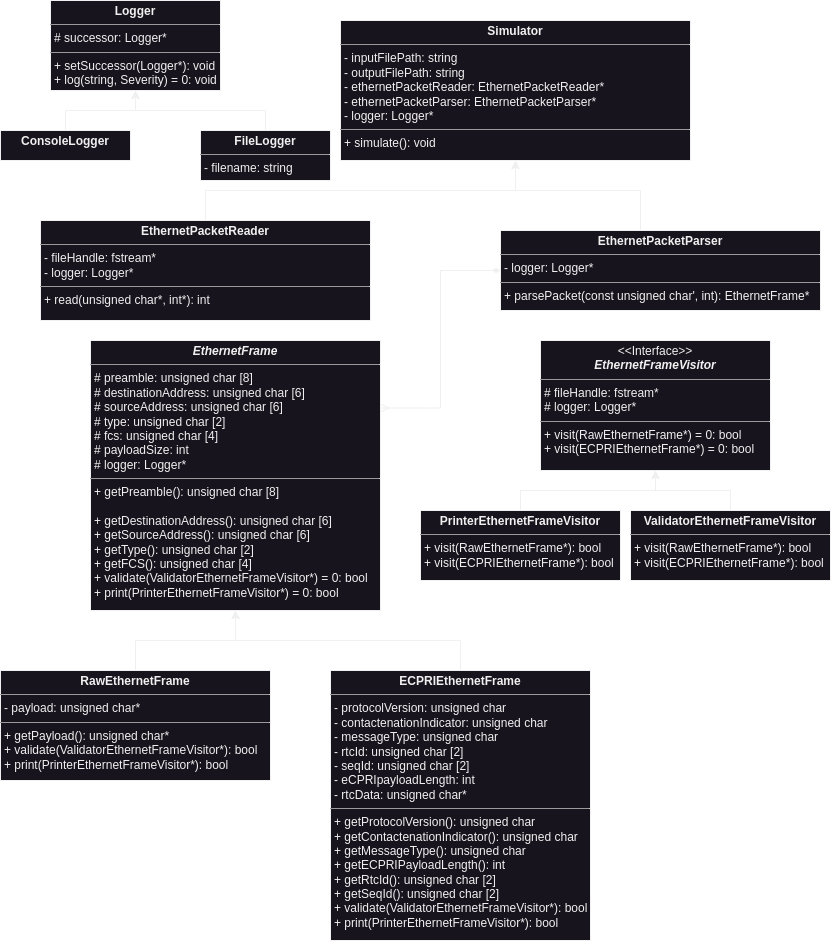
This is 5G-Analyzer.drawio.png from AhmedAlaa2024/Siemens-EDA-OOP-5G-Analyzer-Emulator, a draw.io export, as it was before one commit. Source tidied: cells renumbered, new cells last; positions are measured from the earlier drawing's top-left corner, leaving out a move shared by most shapes.
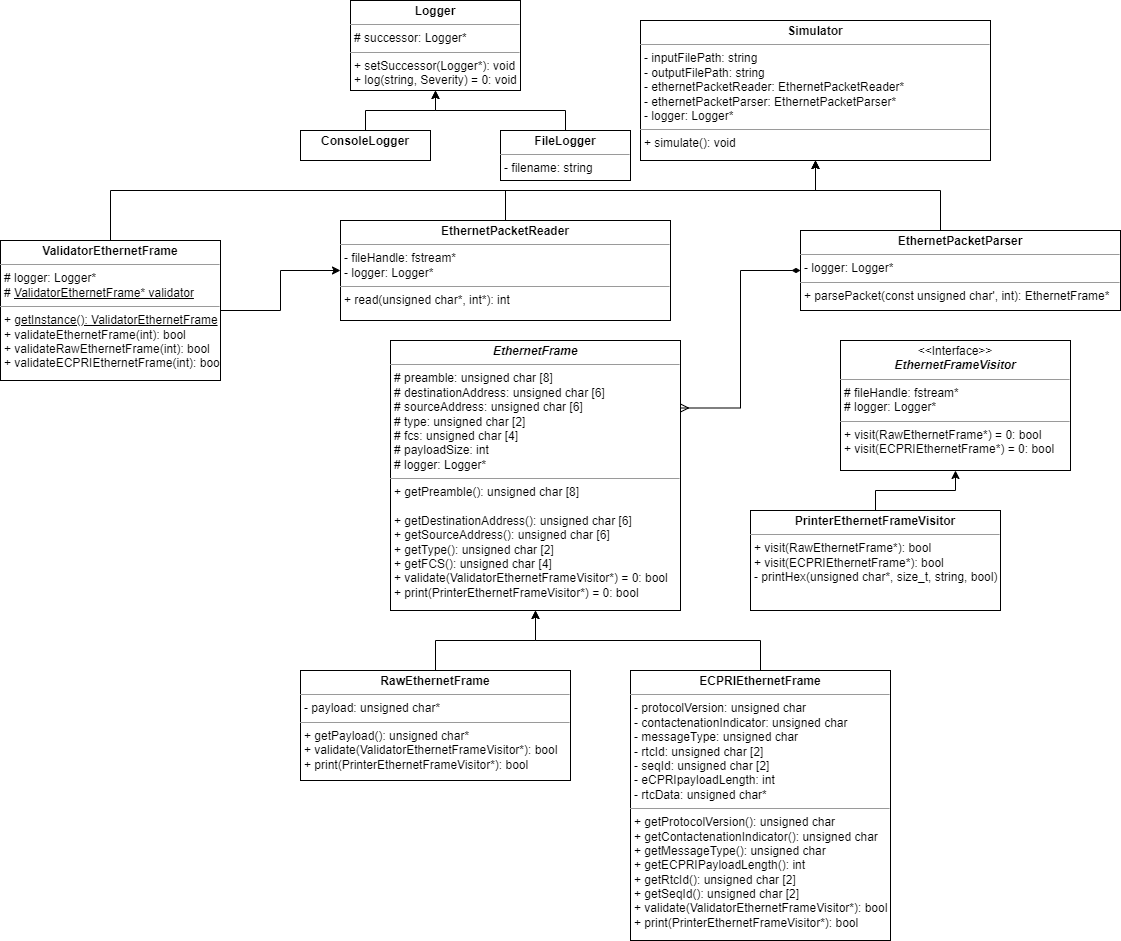
Later version of the same file.

Commit message:
Adding ValidatorEthernetFrame into UML Diagram

The edit, as a diff of the source:
```diff
@@ -1,4 +1,4 @@
-<mxGraphModel>
+<mxGraphModel background="#ffffff">
   <root>
     <mxCell id="0" />
     <mxCell id="1" parent="0" />
@@ -33,8 +33,8 @@
     <mxCell id="8" style="edgeStyle=orthogonalEdgeStyle;rounded=0;jettySize=auto;html=1;entryX=0.5;entryY=1;entryDx=0;entryDy=0;" parent="1" edge="1" source="9" target="17">
       <mxGeometry relative="1" as="geometry" />
     </mxCell>
-    <mxCell id="9" value="&lt;p style=&quot;margin:0px;margin-top:4px;text-align:center;&quot;&gt;&lt;b&gt;PrinterEthernetFrameVisitor&lt;/b&gt;&lt;/p&gt;&lt;hr size=&quot;1&quot;&gt;&lt;p style=&quot;margin:0px;margin-left:4px;&quot;&gt;&lt;span style=&quot;background-color: initial;&quot;&gt;+ visit(RawEthernetFrame*): bool&lt;/span&gt;&lt;br&gt;&lt;/p&gt;&lt;p style=&quot;margin: 0px 0px 0px 4px;&quot;&gt;&lt;span style=&quot;background-color: initial;&quot;&gt;+ visit(ECPRIEthernetFrame*): bool&lt;/span&gt;&lt;/p&gt;" style="verticalAlign=top;align=left;overflow=fill;fontSize=12;fontFamily=Helvetica;html=1;rounded=0;shadow=0;comic=0;labelBackgroundColor=none;strokeWidth=1;" parent="1" vertex="1">
-      <mxGeometry x="420" y="510" width="200" height="70" as="geometry" />
+    <mxCell id="9" value="&lt;p style=&quot;margin:0px;margin-top:4px;text-align:center;&quot;&gt;&lt;b&gt;PrinterEthernetFrameVisitor&lt;/b&gt;&lt;/p&gt;&lt;hr size=&quot;1&quot;&gt;&lt;p style=&quot;margin:0px;margin-left:4px;&quot;&gt;&lt;span style=&quot;background-color: initial;&quot;&gt;+ visit(RawEthernetFrame*): bool&lt;/span&gt;&lt;br&gt;&lt;/p&gt;&lt;p style=&quot;margin: 0px 0px 0px 4px;&quot;&gt;&lt;span style=&quot;background-color: initial;&quot;&gt;+ visit(ECPRIEthernetFrame*): bool&lt;/span&gt;&lt;/p&gt;&lt;p style=&quot;margin: 0px 0px 0px 4px;&quot;&gt;&lt;span style=&quot;background-color: initial;&quot;&gt;- printHex(unsigned char*, size_t, string, bool)&lt;/span&gt;&lt;/p&gt;" style="verticalAlign=top;align=left;overflow=fill;fontSize=12;fontFamily=Helvetica;html=1;rounded=0;shadow=0;comic=0;labelBackgroundColor=none;strokeWidth=1;" parent="1" vertex="1">
+      <mxGeometry x="450" y="510" width="250" height="100" as="geometry" />
     </mxCell>
     <mxCell id="10" style="edgeStyle=orthogonalEdgeStyle;rounded=0;jettySize=auto;html=1;entryX=0.5;entryY=1;entryDx=0;entryDy=0;exitX=0.5;exitY=0;exitDx=0;exitDy=0;" parent="1" edge="1" source="22" target="13">
       <mxGeometry relative="1" as="geometry" />
@@ -48,12 +48,6 @@
     <mxCell id="13" value="&lt;p style=&quot;margin:0px;margin-top:4px;text-align:center;&quot;&gt;&lt;b style=&quot;background-color: initial;&quot;&gt;&lt;i&gt;EthernetFrame&lt;/i&gt;&lt;/b&gt;&lt;br&gt;&lt;/p&gt;&lt;hr size=&quot;1&quot;&gt;&lt;p style=&quot;margin: 0px 0px 0px 4px;&quot;&gt;&lt;span style=&quot;background-color: initial;&quot;&gt;# preamble: unsigned char [8]&lt;/span&gt;&lt;/p&gt;&lt;p style=&quot;margin: 0px 0px 0px 4px;&quot;&gt;&lt;span style=&quot;background-color: initial;&quot;&gt;# destinationAddress: unsigned char [6]&lt;/span&gt;&lt;br&gt;&lt;/p&gt;&lt;p style=&quot;margin: 0px 0px 0px 4px;&quot;&gt;&lt;span style=&quot;background-color: initial;&quot;&gt;# sourceAddress: unsigned char [6]&lt;/span&gt;&lt;/p&gt;&lt;p style=&quot;margin: 0px 0px 0px 4px;&quot;&gt;&lt;span style=&quot;background-color: initial;&quot;&gt;# type: unsigned char [2]&lt;/span&gt;&lt;/p&gt;&lt;p style=&quot;margin: 0px 0px 0px 4px;&quot;&gt;&lt;span style=&quot;background-color: initial;&quot;&gt;# fcs: unsigned char [4]&lt;/span&gt;&lt;/p&gt;&lt;p style=&quot;margin: 0px 0px 0px 4px;&quot;&gt;# payloadSize: int&lt;span style=&quot;background-color: initial;&quot;&gt;&lt;br&gt;&lt;/span&gt;&lt;/p&gt;&lt;p style=&quot;margin: 0px 0px 0px 4px;&quot;&gt;&lt;span style=&quot;background-color: initial;&quot;&gt;# logger: Logger*&lt;/span&gt;&lt;/p&gt;&lt;hr size=&quot;1&quot;&gt;&lt;p style=&quot;margin:0px;margin-left:4px;&quot;&gt;&lt;span style=&quot;background-color: initial;&quot;&gt;+ getPreamble(): unsigned char [8]&lt;/span&gt;&lt;/p&gt;&lt;p style=&quot;margin:0px;margin-left:4px;&quot;&gt;&lt;span style=&quot;background-color: initial;&quot;&gt;&lt;br&gt;&lt;/span&gt;&lt;/p&gt;&lt;p style=&quot;margin:0px;margin-left:4px;&quot;&gt;&lt;span style=&quot;background-color: initial;&quot;&gt;+ getDestinationAddress(): unsigned char [6]&lt;/span&gt;&lt;br&gt;&lt;/p&gt;&lt;p style=&quot;margin:0px;margin-left:4px;&quot;&gt;+ getSourceAddress(): unsigned char [6]&lt;/p&gt;&lt;p style=&quot;margin:0px;margin-left:4px;&quot;&gt;+ getType(): unsigned char [2]&lt;/p&gt;&lt;p style=&quot;margin:0px;margin-left:4px;&quot;&gt;+ getFCS(): unsigned char [4]&lt;/p&gt;&lt;p style=&quot;margin:0px;margin-left:4px;&quot;&gt;+ validate(ValidatorEthernetFrameVisitor*) = 0: bool&lt;/p&gt;&lt;p style=&quot;margin:0px;margin-left:4px;&quot;&gt;+ print(PrinterEthernetFrameVisitor*) = 0: bool&lt;/p&gt;" style="verticalAlign=top;align=left;overflow=fill;fontSize=12;fontFamily=Helvetica;html=1;rounded=0;shadow=0;comic=0;labelBackgroundColor=none;strokeWidth=1;" parent="1" vertex="1">
       <mxGeometry x="90" y="340" width="290" height="270" as="geometry" />
     </mxCell>
-    <mxCell id="14" style="edgeStyle=orthogonalEdgeStyle;rounded=0;jettySize=auto;html=1;entryX=0.5;entryY=1;entryDx=0;entryDy=0;" parent="1" edge="1" source="15" target="17">
-      <mxGeometry relative="1" as="geometry" />
-    </mxCell>
-    <mxCell id="15" value="&lt;p style=&quot;margin:0px;margin-top:4px;text-align:center;&quot;&gt;&lt;b style=&quot;border-color: var(--border-color);&quot;&gt;Validator&lt;/b&gt;&lt;b&gt;EthernetFrameVisitor&lt;/b&gt;&lt;/p&gt;&lt;hr size=&quot;1&quot;&gt;&lt;p style=&quot;margin:0px;margin-left:4px;&quot;&gt;+ visit(RawEthernetFrame*&lt;span style=&quot;background-color: initial;&quot;&gt;): bool&lt;/span&gt;&lt;/p&gt;&lt;p style=&quot;margin:0px;margin-left:4px;&quot;&gt;&lt;span style=&quot;background-color: initial;&quot;&gt;+ visit(ECPRIEthernetFrame*): bool&lt;/span&gt;&lt;/p&gt;" style="verticalAlign=top;align=left;overflow=fill;fontSize=12;fontFamily=Helvetica;html=1;rounded=0;shadow=0;comic=0;labelBackgroundColor=none;strokeWidth=1;" parent="1" vertex="1">
-      <mxGeometry x="630" y="510" width="200" height="70" as="geometry" />
-    </mxCell>
     <mxCell id="16" value="&lt;p style=&quot;margin:0px;margin-top:4px;text-align:center;&quot;&gt;&lt;b&gt;Simulator&lt;/b&gt;&lt;/p&gt;&lt;hr size=&quot;1&quot;&gt;&lt;p style=&quot;margin: 0px 0px 0px 4px;&quot;&gt;- inputFilePath: string&lt;/p&gt;&lt;p style=&quot;margin: 0px 0px 0px 4px;&quot;&gt;- outputFilePath: string&lt;/p&gt;&lt;p style=&quot;margin: 0px 0px 0px 4px;&quot;&gt;- ethernetPacketReader: EthernetPacketReader*&lt;/p&gt;&lt;p style=&quot;margin: 0px 0px 0px 4px;&quot;&gt;- ethernetPacketParser: EthernetPacketParser*&lt;/p&gt;&lt;p style=&quot;margin: 0px 0px 0px 4px;&quot;&gt;- logger: Logger*&lt;/p&gt;&lt;hr size=&quot;1&quot;&gt;&lt;p style=&quot;margin:0px;margin-left:4px;&quot;&gt;&lt;span style=&quot;background-color: initial;&quot;&gt;+ simulate(): void&lt;/span&gt;&lt;/p&gt;" style="verticalAlign=top;align=left;overflow=fill;fontSize=12;fontFamily=Helvetica;html=1;rounded=0;shadow=0;comic=0;labelBackgroundColor=none;strokeWidth=1;" parent="1" vertex="1">
       <mxGeometry x="340" y="20" width="350" height="140" as="geometry" />
     </mxCell>
@@ -80,5 +74,19 @@
     <mxCell id="22" value="&lt;p style=&quot;margin:0px;margin-top:4px;text-align:center;&quot;&gt;&lt;b&gt;RawEthernetFrame&lt;/b&gt;&lt;/p&gt;&lt;hr size=&quot;1&quot;&gt;&lt;p style=&quot;margin: 0px 0px 0px 4px;&quot;&gt;- payload: unsigned char*&lt;br&gt;&lt;/p&gt;&lt;hr size=&quot;1&quot;&gt;&lt;p style=&quot;margin:0px;margin-left:4px;&quot;&gt;&lt;span style=&quot;background-color: initial;&quot;&gt;+ getPayload(): unsigned char*&lt;br&gt;&lt;/span&gt;&lt;/p&gt;&lt;p style=&quot;margin: 0px 0px 0px 4px;&quot;&gt;+ validate(ValidatorEthernetFrameVisitor*): bool&lt;br&gt;&lt;/p&gt;&lt;p style=&quot;margin: 0px 0px 0px 4px;&quot;&gt;+ print(PrinterEthernetFrameVisitor*): bool&lt;/p&gt;" style="verticalAlign=top;align=left;overflow=fill;fontSize=12;fontFamily=Helvetica;html=1;rounded=0;shadow=0;comic=0;labelBackgroundColor=none;strokeWidth=1;" parent="1" vertex="1">
       <mxGeometry y="670" width="270" height="110" as="geometry" />
     </mxCell>
+    <mxCell id="23" style="edgeStyle=orthogonalEdgeStyle;rounded=0;jettySize=auto;html=1;entryX=0;entryY=0.5;entryDx=0;entryDy=0;" parent="1" edge="1" source="25" target="6">
+      <mxGeometry relative="1" as="geometry" />
+    </mxCell>
+    <mxCell id="24" style="edgeStyle=orthogonalEdgeStyle;rounded=0;jettySize=auto;html=1;entryX=0.5;entryY=1;entryDx=0;entryDy=0;exitX=0.5;exitY=0;exitDx=0;exitDy=0;" parent="1" edge="1" source="25" target="16">
+      <mxGeometry relative="1" as="geometry">
+        <Array as="points">
+          <mxPoint x="-190" y="190" />
+          <mxPoint x="515" y="190" />
+        </Array>
+      </mxGeometry>
+    </mxCell>
+    <mxCell id="25" value="&lt;p style=&quot;margin:0px;margin-top:4px;text-align:center;&quot;&gt;&lt;b&gt;ValidatorEthernetFrame&lt;/b&gt;&lt;/p&gt;&lt;hr size=&quot;1&quot;&gt;&lt;p style=&quot;margin:0px;margin-left:4px;&quot;&gt;&lt;span style=&quot;background-color: initial;&quot;&gt;# logger: Logger*&lt;br&gt;&lt;/span&gt;# &lt;u&gt;ValidatorEthernetFrame* validator&lt;/u&gt;&lt;/p&gt;&lt;hr size=&quot;1&quot;&gt;&lt;p style=&quot;margin:0px;margin-left:4px;&quot;&gt;+ &lt;u&gt;getInstance(): ValidatorEthernetFrame&lt;/u&gt;&lt;/p&gt;&lt;p style=&quot;margin:0px;margin-left:4px;&quot;&gt;+ validateEthernetFrame(int): bool&lt;/p&gt;&lt;p style=&quot;margin:0px;margin-left:4px;&quot;&gt;+ validateRawEthernetFrame(int): bool&lt;br&gt;&lt;/p&gt;&lt;p style=&quot;margin:0px;margin-left:4px;&quot;&gt;+ validateECPRIEthernetFrame(int): bool&lt;br&gt;&lt;/p&gt;" style="verticalAlign=top;align=left;overflow=fill;fontSize=12;fontFamily=Helvetica;html=1;rounded=0;shadow=0;comic=0;labelBackgroundColor=none;strokeWidth=1;" parent="1" vertex="1">
+      <mxGeometry x="-300" y="240" width="220" height="140" as="geometry" />
+    </mxCell>
   </root>
 </mxGraphModel>
```
